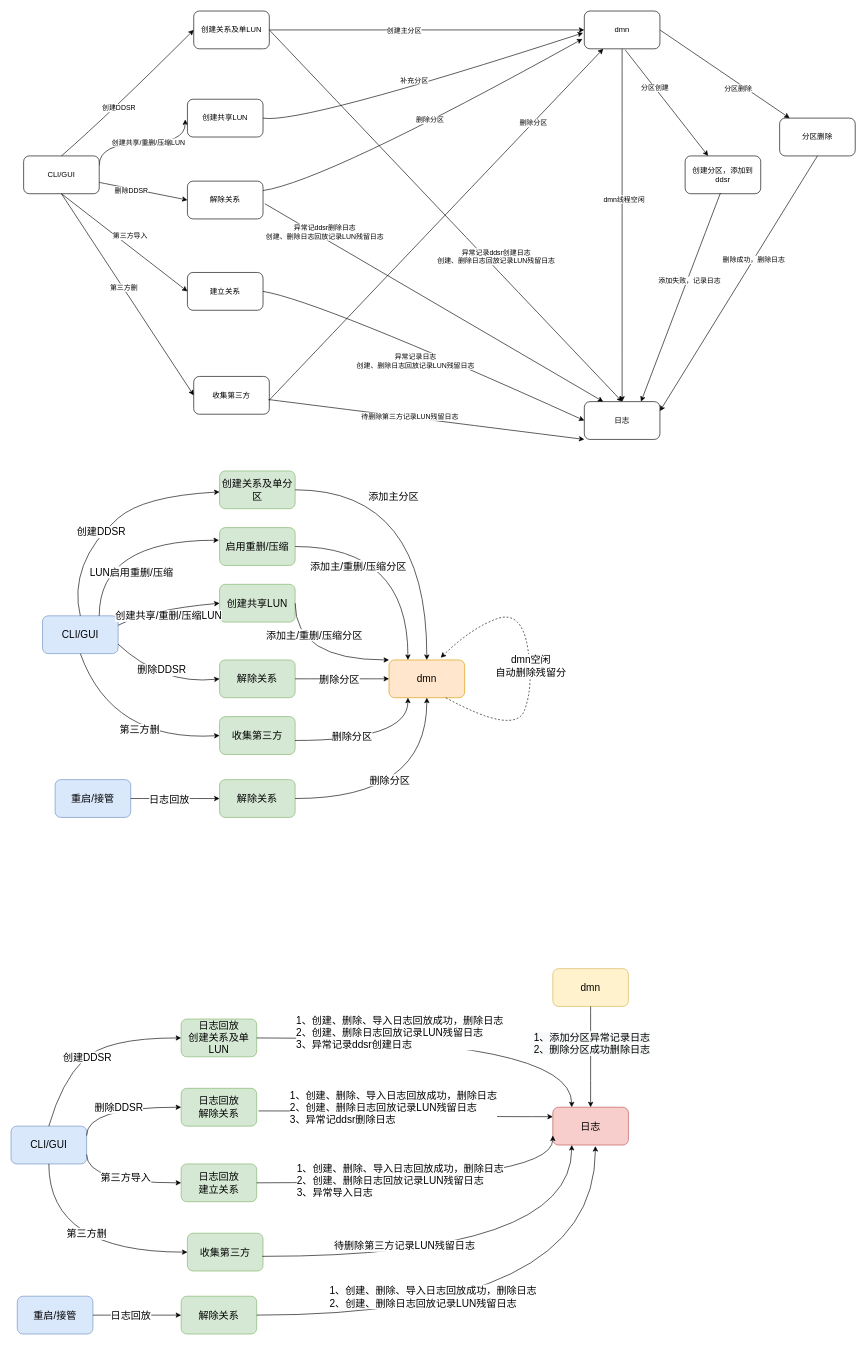
Earlier version of the draw.io diagram Untitled Diagram.drawio (changjing2016/draw). Source tidied: cells renumbered, new cells numbered last; positions are measured from the earlier drawing's top-left corner, leaving out a move shared by most shapes. Both pictures are drawn from the tidied source at 63%, with x=0, y=0 at pixel (11, 11).
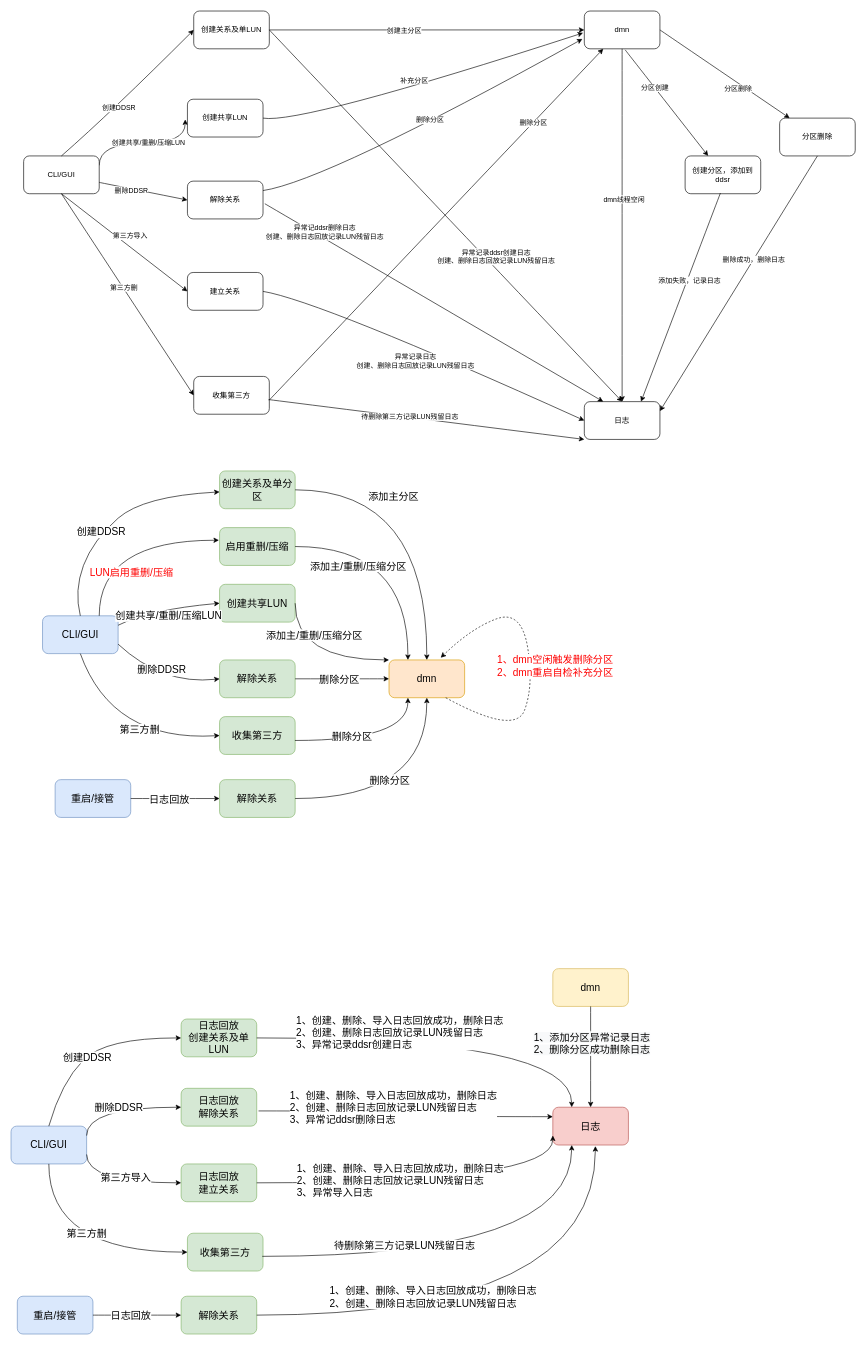
The same page after the edit.

Unchanged cells that the change refers to:
```xml
<mxCell id="100" style="curved=1;endArrow=classic;html=1;rounded=0;fontSize=16;exitX=0.75;exitY=1;exitDx=0;exitDy=0;entryX=0.684;entryY=-0.059;entryDx=0;entryDy=0;entryPerimeter=0;dashed=1;" parent="1" edge="1" source="50" target="50">
  <mxGeometry relative="1" as="geometry">
    <Array as="points">
      <mxPoint x="800" y="1150" />
      <mxPoint x="830" y="1070" />
      <mxPoint x="810" y="950" />
      <mxPoint x="730" y="980" />
    </Array>
  </mxGeometry>
</mxCell>
<mxCell id="111" style="endArrow=classic;html=1;rounded=0;exitX=0.75;exitY=0;exitDx=0;exitDy=0;edgeStyle=orthogonalEdgeStyle;curved=1;" parent="1" edge="1" source="51">
  <mxGeometry relative="1" as="geometry">
    <mxPoint x="330" y="840" as="targetPoint" />
    <Array as="points">
      <mxPoint x="140" y="840" />
    </Array>
  </mxGeometry>
</mxCell>
```

What changed in the source:
```diff
@@
-    <mxCell id="101" value="dmn空闲&lt;br&gt;自动删除残留分" style="edgeLabel;html=1;align=center;verticalAlign=middle;fontSize=16;" parent="100" vertex="1">
-      <mxGeometry relative="1" as="geometry" />
+    <mxCell id="101" value="1、dmn空闲触发删除分区&lt;br&gt;2、dmn重启自检补充分区&lt;br&gt;" style="edgeLabel;html=1;align=left;verticalAlign=middle;fontSize=16;fontColor=#FF0000;" parent="100" vertex="1">
+      <mxGeometry relative="1" as="geometry">
+        <mxPoint x="-55" as="offset" />
+      </mxGeometry>
     </mxCell>
@@
-    <mxCell id="112" value="LUN启用重删/压缩" style="edgeLabel;html=1;align=center;verticalAlign=middle;fontSize=16;" parent="111" vertex="1">
+    <mxCell id="112" value="LUN启用重删/压缩" style="edgeLabel;html=1;align=center;verticalAlign=middle;fontSize=16;fontColor=#FF0000;" parent="111" vertex="1">
       <mxGeometry x="0.23" y="-19" relative="1" as="geometry">
         <mxPoint x="-21" y="31" as="offset" />
       </mxGeometry>
     </mxCell>
```
